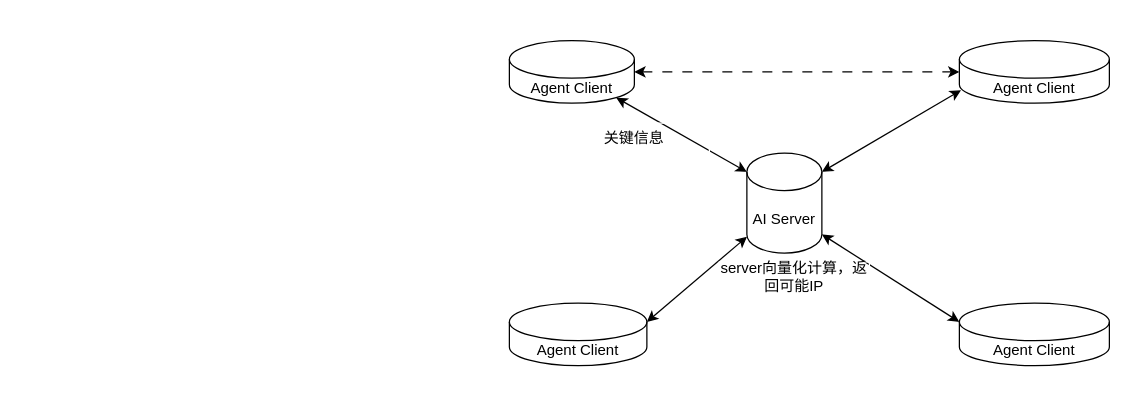
Before: page "网络转发" (1 of 4) of 未命名绘图.drawio in Riesling00/design, a draw.io diagram. Source tidied: cells renumbered, new cells numbered last; positions are measured from the earlier drawing's top-left corner, leaving out a move shared by most shapes. Both pictures are drawn from the tidied source at 125%, with x=0, y=0 at pixel (509, 40).
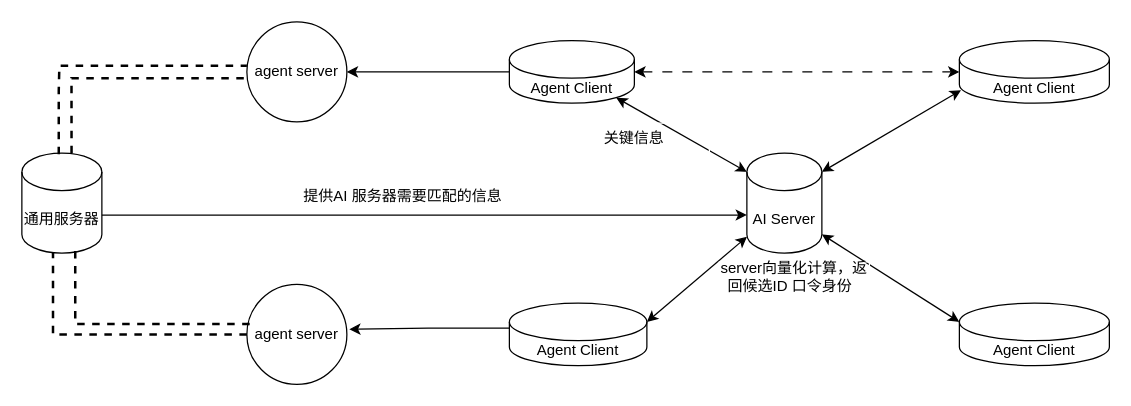
Above is the later version.

Commit message:
更新未命名绘图.drawio

The change refers to these unchanged cells:
```xml
<mxCell id="2" value="Agent Client" style="shape=cylinder3;whiteSpace=wrap;html=1;boundedLbl=1;backgroundOutline=1;size=15;" parent="1" vertex="1">
  <mxGeometry width="100" height="50" as="geometry" />
</mxCell>
<mxCell id="5" value="Agent Client" style="shape=cylinder3;whiteSpace=wrap;html=1;boundedLbl=1;backgroundOutline=1;size=15;" parent="1" vertex="1">
  <mxGeometry y="210" width="110" height="50" as="geometry" />
</mxCell>
```

What changed in the source:
```diff
@@
+    <mxCell id="14" style="edgeStyle=orthogonalEdgeStyle;rounded=0;jettySize=auto;html=1;exitX=0;exitY=0.5;exitDx=0;exitDy=0;exitPerimeter=0;entryX=1;entryY=0.5;entryDx=0;entryDy=0;" parent="1" edge="1" source="2" target="15">
+      <mxGeometry relative="1" as="geometry" />
+    </mxCell>
@@
-    <mxCell id="12" value="server向量化计算，返回可能IP" style="rounded=0;whiteSpace=wrap;html=1;strokeColor=#FFFFFF;fillColor=none;" parent="1" vertex="1">
+    <mxCell id="12" value="server向量化计算，返回候选ID 口令身份&amp;nbsp;&amp;nbsp;" style="rounded=0;whiteSpace=wrap;html=1;strokeColor=#FFFFFF;fillColor=none;" parent="1" vertex="1">
       <mxGeometry x="168" y="177" width="120" height="24" as="geometry" />
     </mxCell>
@@
+    <mxCell id="15" value="agent server" style="ellipse;whiteSpace=wrap;html=1;" parent="1" vertex="1">
+      <mxGeometry x="-210" y="-15" width="80" height="80" as="geometry" />
+    </mxCell>
+    <mxCell id="16" value="agent server" style="ellipse;whiteSpace=wrap;html=1;" parent="1" vertex="1">
+      <mxGeometry x="-210" y="195" width="80" height="80" as="geometry" />
+    </mxCell>
+    <mxCell id="17" style="edgeStyle=orthogonalEdgeStyle;rounded=0;jettySize=auto;html=1;exitX=0;exitY=0;exitDx=0;exitDy=20;exitPerimeter=0;entryX=1.024;entryY=0.449;entryDx=0;entryDy=0;entryPerimeter=0;" parent="1" edge="1" source="5" target="16">
+      <mxGeometry relative="1" as="geometry" />
+    </mxCell>
+    <mxCell id="18" style="edgeStyle=orthogonalEdgeStyle;rounded=0;jettySize=auto;html=1;exitX=0.621;exitY=0.002;exitDx=0;exitDy=0;exitPerimeter=0;dashed=1;endArrow=none;endFill=0;strokeWidth=2;" parent="1" edge="1" source="19" target="15">
+      <mxGeometry relative="1" as="geometry">
+        <Array as="points">
+          <mxPoint x="-350" y="30" />
+        </Array>
+      </mxGeometry>
+    </mxCell>
+    <mxCell id="19" value="通用服务器" style="shape=cylinder3;whiteSpace=wrap;html=1;boundedLbl=1;backgroundOutline=1;size=15;" parent="1" vertex="1">
+      <mxGeometry x="-390" y="90" width="64" height="80" as="geometry" />
+    </mxCell>
+    <mxCell id="20" style="endArrow=none;dashed=1;html=1;strokeWidth=2;rounded=0;entryX=0.389;entryY=0.993;entryDx=0;entryDy=0;exitX=0;exitY=0.5;exitDx=0;exitDy=0;edgeStyle=orthogonalEdgeStyle;entryPerimeter=0;" parent="1" edge="1" source="16" target="19">
+      <mxGeometry relative="1" as="geometry" />
+    </mxCell>
+    <mxCell id="21" style="endArrow=none;dashed=1;html=1;strokeWidth=2;rounded=0;entryX=0.667;entryY=0.979;entryDx=0;entryDy=0;exitX=0.028;exitY=0.396;exitDx=0;exitDy=0;edgeStyle=orthogonalEdgeStyle;entryPerimeter=0;exitPerimeter=0;" parent="1" edge="1" source="16" target="19">
+      <mxGeometry relative="1" as="geometry">
+        <Array as="points">
+          <mxPoint x="-347" y="227" />
+        </Array>
+      </mxGeometry>
+    </mxCell>
+    <mxCell id="22" style="edgeStyle=orthogonalEdgeStyle;rounded=0;jettySize=auto;html=1;exitX=0.461;exitY=0.012;exitDx=0;exitDy=0;exitPerimeter=0;dashed=1;endArrow=none;endFill=0;strokeWidth=2;" parent="1" edge="1" source="19">
+      <mxGeometry relative="1" as="geometry">
+        <mxPoint x="-210" y="20" as="targetPoint" />
+        <Array as="points">
+          <mxPoint x="-360" y="40" />
+          <mxPoint x="-360" y="40" />
+          <mxPoint x="-360" y="20" />
+        </Array>
+      </mxGeometry>
+    </mxCell>
+    <mxCell id="23" style="endArrow=classic;startArrow=none;html=1;rounded=0;entryX=0;entryY=0;entryDx=0;entryDy=52.5;entryPerimeter=0;exitX=1;exitY=0;exitDx=0;exitDy=52.5;exitPerimeter=0;startFill=0;" parent="1" edge="1">
+      <mxGeometry relative="1" as="geometry">
+        <mxPoint x="-326" y="139.5" as="sourcePoint" />
+        <mxPoint x="190" y="139.5" as="targetPoint" />
+      </mxGeometry>
+    </mxCell>
+    <mxCell id="24" value="提供AI 服务器需要匹配的信息" style="rounded=0;whiteSpace=wrap;html=1;strokeColor=#FFFFFF;fillColor=none;" parent="1" vertex="1">
+      <mxGeometry x="-210" y="113" width="250" height="24" as="geometry" />
+    </mxCell>
```
